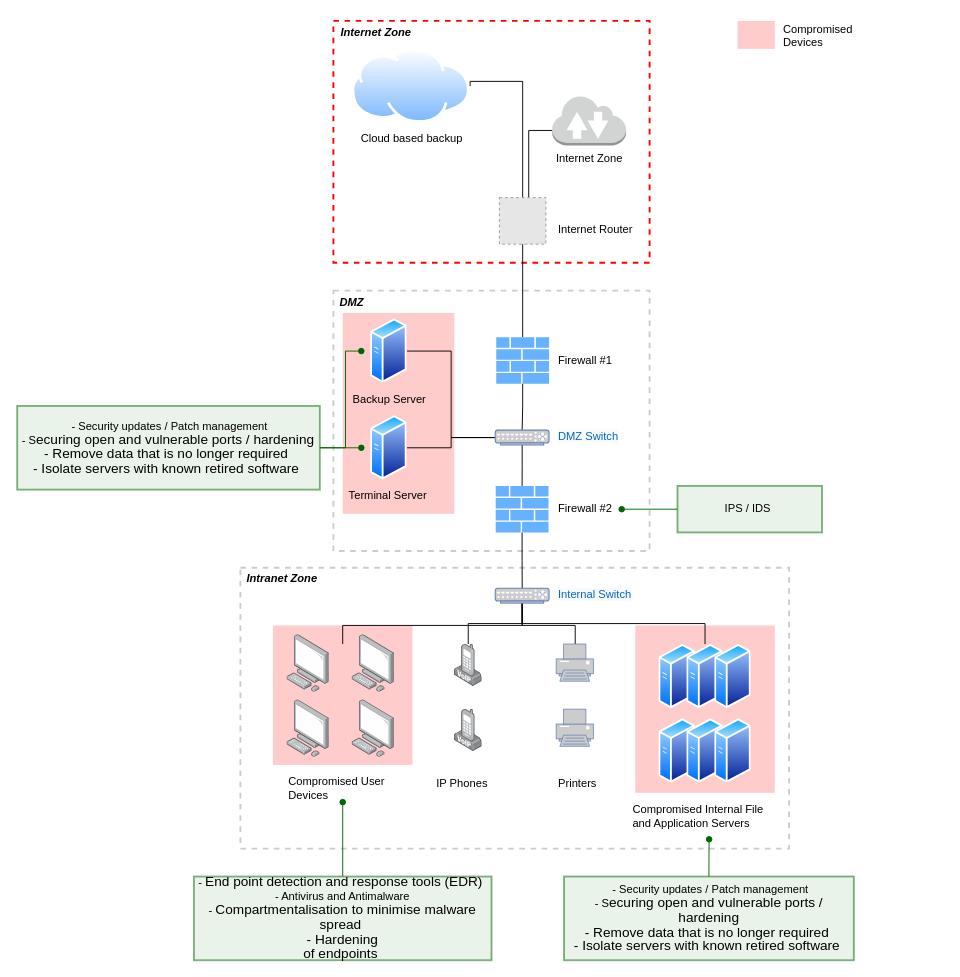
The draw.io diagram Case Study_network.drawio in Jeenix/info-sec, before the edit. Source tidied: cells renumbered, new cells numbered last; positions are measured from the earlier drawing's top-left corner, leaving out a move shared by most shapes. Both pictures are drawn from the tidied source at 93%, with x=0, y=0 at pixel (17, 16). Pictures stored in the file or linked from it are replaced by grey dashed boxes.
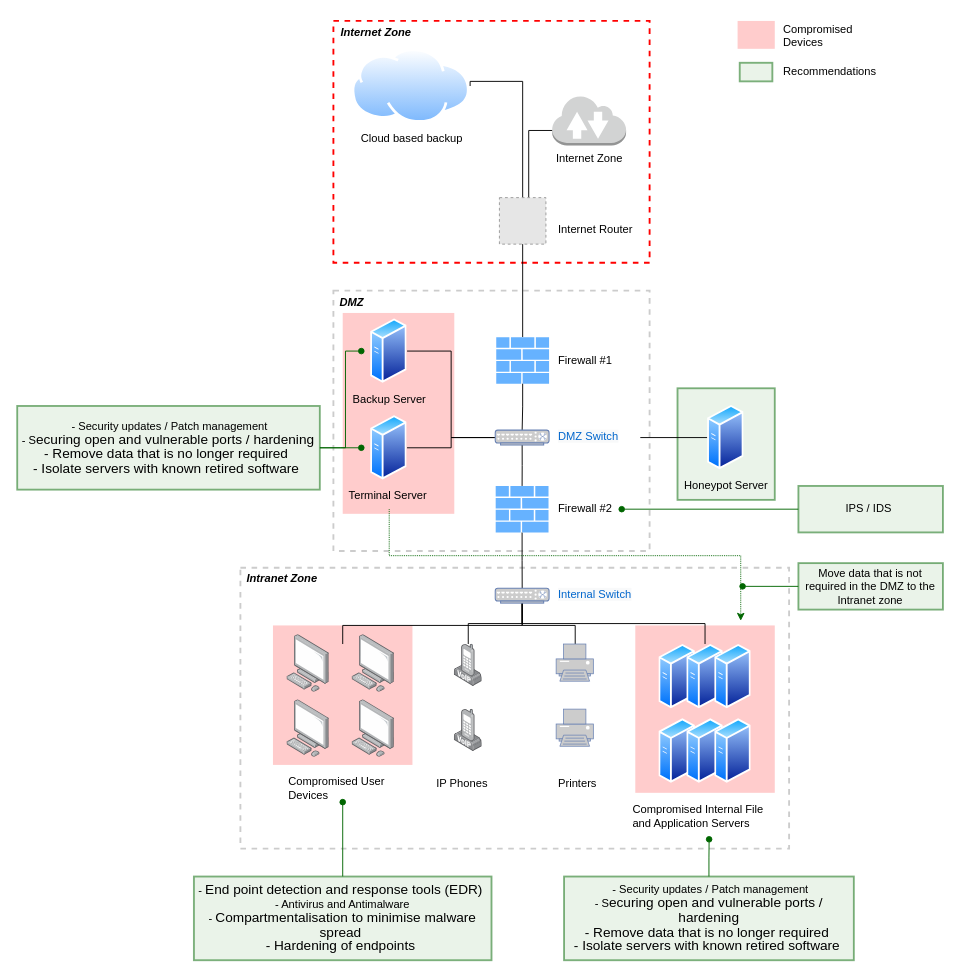
The same diagram, later.

The change refers to these unchanged cells:
```xml
<mxCell id="45" value="&lt;span style=&quot;color: rgb(0, 102, 204); font-family: helvetica; font-size: 12px; font-style: normal; font-weight: 400; letter-spacing: normal; text-indent: 0px; text-transform: none; word-spacing: 0px; background-color: rgb(248, 249, 250); display: inline; float: none;&quot;&gt;DMZ Switch&lt;/span&gt;" style="text;whiteSpace=wrap;html=1;align=left;" parent="1" vertex="1">
  <mxGeometry x="580" y="438" width="90" height="30" as="geometry" />
</mxCell>
```

Diff of the diagram source:
```diff
@@
+    <mxCell id="66" style="whiteSpace=wrap;html=1;labelBackgroundColor=none;labelBorderColor=none;strokeColor=#006600;strokeWidth=2;fillColor=#d5e8d4;opacity=50;align=center;" parent="1" vertex="1">
+      <mxGeometry x="710" y="400" width="104.6" height="120" as="geometry" />
+    </mxCell>
@@
+    <mxCell id="67" style="edgeStyle=elbowEdgeStyle;rounded=0;orthogonalLoop=1;jettySize=auto;html=1;startArrow=none;startFill=0;endArrow=classic;endFill=1;strokeColor=#006600;elbow=vertical;dashed=1;dashPattern=1 1;" parent="1" edge="1">
+      <mxGeometry relative="1" as="geometry">
+        <mxPoint x="400" y="530" as="sourcePoint" />
+        <mxPoint x="778" y="650" as="targetPoint" />
+        <Array as="points">
+          <mxPoint x="590" y="580" />
+        </Array>
+      </mxGeometry>
+    </mxCell>
@@
+    <mxCell id="68" style="edgeStyle=orthogonalEdgeStyle;shape=connector;rounded=0;jettySize=auto;html=1;exitX=1;exitY=0.5;exitDx=0;exitDy=0;labelBackgroundColor=default;fontFamily=Helvetica;fontSize=11;fontColor=default;startArrow=none;startFill=0;endArrow=none;endFill=0;strokeColor=default;" parent="1" edge="1" source="45" target="73">
+      <mxGeometry relative="1" as="geometry" />
+    </mxCell>
@@
-    <mxCell id="58" value="-&amp;nbsp;&lt;span style=&quot;font-size: 11.0pt ; line-height: 107% ; font-family: &amp;#34;calibri&amp;#34; , sans-serif&quot;&gt;End&amp;nbsp;point detection and response tools (EDR)&amp;nbsp;&lt;/span&gt;&lt;br&gt;- Antivirus and Antimalware&lt;br&gt;-&amp;nbsp;&lt;span style=&quot;font-size: 11.0pt ; line-height: 107% ; font-family: &amp;#34;calibri&amp;#34; , sans-serif&quot;&gt;Compartmentalisation to minimise malware spread&amp;nbsp;&lt;br&gt;-&amp;nbsp;&lt;span style=&quot;font-size: 11.0pt ; line-height: 107% ; font-family: &amp;#34;calibri&amp;#34; , sans-serif&quot;&gt;Hardening&lt;br/&gt;of endpoints&amp;nbsp;&lt;/span&gt;&lt;br&gt;&lt;/span&gt;" style="whiteSpace=wrap;html=1;labelBackgroundColor=none;labelBorderColor=none;strokeColor=#006600;strokeWidth=2;fillColor=#d5e8d4;opacity=50;align=center;" parent="1" vertex="1">
+    <mxCell id="58" value="-&amp;nbsp;&lt;span style=&quot;font-size: 11.0pt ; line-height: 107% ; font-family: &amp;#34;calibri&amp;#34; , sans-serif&quot;&gt;End&amp;nbsp;point detection and response tools (EDR)&amp;nbsp;&lt;/span&gt;&lt;br&gt;- Antivirus and Antimalware&lt;br&gt;-&amp;nbsp;&lt;span style=&quot;font-size: 11.0pt ; line-height: 107% ; font-family: &amp;#34;calibri&amp;#34; , sans-serif&quot;&gt;Compartmentalisation to minimise malware spread&amp;nbsp;&lt;br&gt;-&amp;nbsp;&lt;span style=&quot;font-size: 11.0pt ; line-height: 107% ; font-family: &amp;#34;calibri&amp;#34; , sans-serif&quot;&gt;Hardening&amp;nbsp;of endpoints&amp;nbsp;&lt;/span&gt;&lt;br&gt;&lt;/span&gt;" style="whiteSpace=wrap;html=1;labelBackgroundColor=none;labelBorderColor=none;strokeColor=#006600;strokeWidth=2;fillColor=#d5e8d4;opacity=50;align=center;" parent="1" vertex="1">
       <mxGeometry x="190" y="925" width="320" height="90" as="geometry" />
     </mxCell>
@@
     <mxCell id="65" value="IPS / IDS&amp;nbsp;" style="whiteSpace=wrap;html=1;labelBackgroundColor=none;labelBorderColor=none;strokeColor=#006600;strokeWidth=2;fillColor=#d5e8d4;opacity=50;align=center;" parent="1" vertex="1">
-      <mxGeometry x="710" y="505" width="155.4" height="50" as="geometry" />
+      <mxGeometry x="840" y="505" width="155.4" height="50" as="geometry" />
     </mxCell>
+    <mxCell id="69" style="whiteSpace=wrap;html=1;labelBackgroundColor=none;labelBorderColor=none;strokeColor=#006600;strokeWidth=2;fillColor=#d5e8d4;opacity=50;align=center;" parent="1" vertex="1">
+      <mxGeometry x="776.9" y="50" width="35.1" height="20" as="geometry" />
+    </mxCell>
+    <mxCell id="70" value="&lt;span style=&quot;color: rgb(0 , 0 , 0) ; font-family: &amp;#34;helvetica&amp;#34; ; font-size: 12px ; font-style: normal ; font-weight: 400 ; letter-spacing: normal ; text-indent: 0px ; text-transform: none ; word-spacing: 0px ; background-color: rgb(255 , 255 , 255) ; display: inline ; float: none&quot;&gt;Recommendations&lt;/span&gt;" style="text;whiteSpace=wrap;html=1;align=left;" parent="1" vertex="1">
+      <mxGeometry x="821.6" y="46" width="110" height="30" as="geometry" />
+    </mxCell>
+    <mxCell id="71" style="edgeStyle=orthogonalEdgeStyle;shape=connector;rounded=0;jettySize=auto;html=1;labelBackgroundColor=default;fontFamily=Helvetica;fontSize=11;fontColor=default;startArrow=none;startFill=0;endArrow=oval;endFill=1;strokeColor=#006600;" parent="1" edge="1" source="72">
+      <mxGeometry relative="1" as="geometry">
+        <mxPoint x="780" y="613" as="targetPoint" />
+      </mxGeometry>
+    </mxCell>
+    <mxCell id="72" value="Move data that is not required in the DMZ to the Intranet zone" style="whiteSpace=wrap;html=1;labelBackgroundColor=none;labelBorderColor=none;strokeColor=#006600;strokeWidth=2;fillColor=#d5e8d4;opacity=50;align=center;" parent="1" vertex="1">
+      <mxGeometry x="840" y="588" width="155.4" height="50" as="geometry" />
+    </mxCell>
+    <mxCell id="73" value="Honeypot Server" style="perimeter=ellipsePerimeter;html=1;align=center;shadow=0;dashed=0;spacingTop=3;image;image=img/lib/active_directory/generic_server.svg;fillColor=#3399FF;labelBackgroundColor=none;" parent="1" vertex="1">
+      <mxGeometry x="742.3" y="418" width="39.2" height="70" as="geometry" />
+    </mxCell>
```
